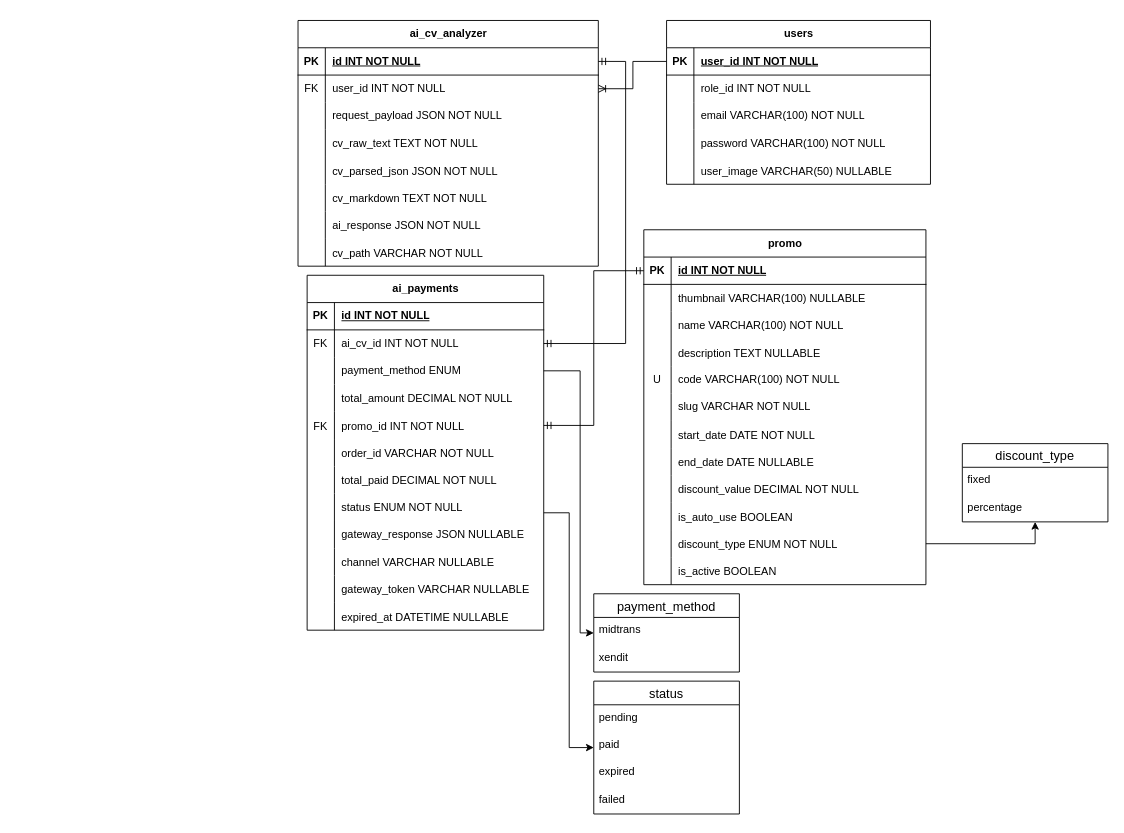
This is schema/schema.drawio from muhammadoby/bikincv-ai, a draw.io file, before an edit. Source tidied: cells renumbered, new cells numbered last; positions are measured from the earlier drawing's top-left corner, leaving out a move shared by most shapes. Both pictures are drawn from the tidied source at 91%, with x=0, y=0 at pixel (298, 20).
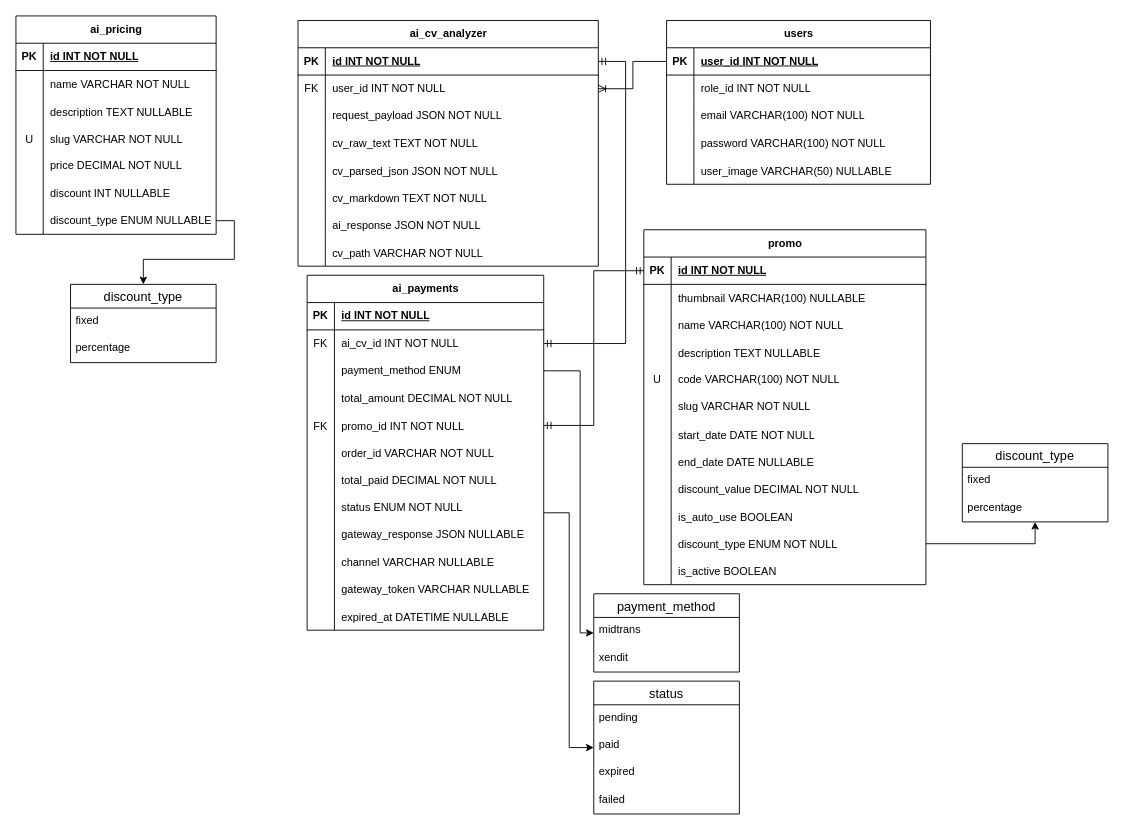
The same page after the edit.

What changed in the source:
```diff
@@
+    <mxCell id="134" value="ai_pricing" style="shape=table;startSize=30;childLayout=tableLayout;rowLines=0;fontStyle=1;align=center;html=1;" parent="1" vertex="1">
+      <mxGeometry x="-310" y="-5" width="220" height="240" as="geometry" />
+    </mxCell>
+    <mxCell id="135" style="shape=tableRow;horizontal=0;startSize=0;swimlaneHead=0;swimlaneBody=0;fillColor=none;top=0;left=0;right=0;bottom=1;" parent="134" vertex="1">
+      <mxGeometry y="30" width="220" height="30" as="geometry" />
+    </mxCell>
+    <mxCell id="136" value="PK" style="shape=partialRectangle;fillColor=none;top=0;left=0;bottom=0;right=0;fontStyle=1;overflow=hidden;whiteSpace=wrap;html=1;" parent="135" vertex="1">
+      <mxGeometry width="30" height="30" as="geometry" />
+    </mxCell>
+    <mxCell id="137" value="id INT NOT NULL" style="shape=partialRectangle;fillColor=none;top=0;left=0;bottom=0;right=0;align=left;spacingLeft=6;fontStyle=5;overflow=hidden;whiteSpace=wrap;html=1;" parent="135" vertex="1">
+      <mxGeometry x="30" width="190" height="30" as="geometry" />
+    </mxCell>
+    <mxCell id="138" style="shape=tableRow;horizontal=0;startSize=0;swimlaneHead=0;swimlaneBody=0;fillColor=none;top=0;left=0;right=0;bottom=0;" parent="134" vertex="1">
+      <mxGeometry y="60" width="220" height="30" as="geometry" />
+    </mxCell>
+    <mxCell id="139" style="shape=partialRectangle;fillColor=none;top=0;left=0;bottom=0;right=0;overflow=hidden;" parent="138" vertex="1">
+      <mxGeometry width="30" height="30" as="geometry" />
+    </mxCell>
+    <mxCell id="140" value="name VARCHAR NOT NULL" style="shape=partialRectangle;fillColor=none;top=0;left=0;bottom=0;right=0;align=left;spacingLeft=6;overflow=hidden;" parent="138" vertex="1">
+      <mxGeometry x="30" width="190" height="30" as="geometry" />
+    </mxCell>
+    <mxCell id="141" style="shape=tableRow;horizontal=0;startSize=0;swimlaneHead=0;swimlaneBody=0;fillColor=none;top=0;left=0;right=0;bottom=0;" parent="134" vertex="1">
+      <mxGeometry y="90" width="220" height="30" as="geometry" />
+    </mxCell>
+    <mxCell id="142" style="shape=partialRectangle;fillColor=none;top=0;left=0;bottom=0;right=0;overflow=hidden;" parent="141" vertex="1">
+      <mxGeometry width="30" height="30" as="geometry" />
+    </mxCell>
+    <mxCell id="143" value="description TEXT NULLABLE" style="shape=partialRectangle;fillColor=none;top=0;left=0;bottom=0;right=0;align=left;spacingLeft=6;overflow=hidden;" parent="141" vertex="1">
+      <mxGeometry x="30" width="190" height="30" as="geometry" />
+    </mxCell>
+    <mxCell id="144" style="shape=tableRow;horizontal=0;startSize=0;swimlaneHead=0;swimlaneBody=0;fillColor=none;top=0;left=0;right=0;bottom=0;" parent="134" vertex="1">
+      <mxGeometry y="120" width="220" height="30" as="geometry" />
+    </mxCell>
+    <mxCell id="145" value="U" style="shape=partialRectangle;fillColor=none;top=0;left=0;bottom=0;right=0;overflow=hidden;" parent="144" vertex="1">
+      <mxGeometry width="30" height="30" as="geometry" />
+    </mxCell>
+    <mxCell id="146" value="slug VARCHAR NOT NULL" style="shape=partialRectangle;fillColor=none;top=0;left=0;bottom=0;right=0;align=left;spacingLeft=6;overflow=hidden;" parent="144" vertex="1">
+      <mxGeometry x="30" width="190" height="30" as="geometry" />
+    </mxCell>
+    <mxCell id="147" style="shape=tableRow;horizontal=0;startSize=0;swimlaneHead=0;swimlaneBody=0;fillColor=none;top=0;left=0;right=0;bottom=0;" parent="134" vertex="1">
+      <mxGeometry y="150" width="220" height="30" as="geometry" />
+    </mxCell>
+    <mxCell id="148" style="shape=partialRectangle;fillColor=none;top=0;left=0;bottom=0;right=0;overflow=hidden;whiteSpace=wrap;html=1;" parent="147" vertex="1">
+      <mxGeometry width="30" height="30" as="geometry" />
+    </mxCell>
+    <mxCell id="149" value="price DECIMAL NOT NULL" style="shape=partialRectangle;fillColor=none;top=0;left=0;bottom=0;right=0;align=left;spacingLeft=6;overflow=hidden;whiteSpace=wrap;html=1;" parent="147" vertex="1">
+      <mxGeometry x="30" width="190" height="30" as="geometry" />
+    </mxCell>
+    <mxCell id="150" style="shape=tableRow;horizontal=0;startSize=0;swimlaneHead=0;swimlaneBody=0;fillColor=none;top=0;left=0;right=0;bottom=0;" parent="134" vertex="1">
+      <mxGeometry y="180" width="220" height="30" as="geometry" />
+    </mxCell>
+    <mxCell id="151" style="shape=partialRectangle;fillColor=none;top=0;left=0;bottom=0;right=0;overflow=hidden;whiteSpace=wrap;html=1;" parent="150" vertex="1">
+      <mxGeometry width="30" height="30" as="geometry" />
+    </mxCell>
+    <mxCell id="152" value="discount INT NULLABLE" style="shape=partialRectangle;fillColor=none;top=0;left=0;bottom=0;right=0;align=left;spacingLeft=6;overflow=hidden;whiteSpace=wrap;html=1;" parent="150" vertex="1">
+      <mxGeometry x="30" width="190" height="30" as="geometry" />
+    </mxCell>
+    <mxCell id="153" style="shape=tableRow;horizontal=0;startSize=0;swimlaneHead=0;swimlaneBody=0;fillColor=none;points=[[0,0.5],[1,0.5]];portConstraint=eastwest;top=0;left=0;right=0;bottom=0;" parent="134" vertex="1">
+      <mxGeometry y="210" width="220" height="30" as="geometry" />
+    </mxCell>
+    <mxCell id="154" style="shape=partialRectangle;fillColor=none;top=0;left=0;bottom=0;right=0;overflow=hidden;whiteSpace=wrap;html=1;" parent="153" vertex="1">
+      <mxGeometry width="30" height="30" as="geometry" />
+    </mxCell>
+    <mxCell id="155" value="discount_type ENUM NULLABLE" style="shape=partialRectangle;fillColor=none;top=0;left=0;bottom=0;right=0;align=left;spacingLeft=6;overflow=hidden;whiteSpace=wrap;html=1;" parent="153" vertex="1">
+      <mxGeometry x="30" width="190" height="30" as="geometry" />
+    </mxCell>
+    <mxCell id="156" value="discount_type" style="swimlane;fontStyle=0;horizontal=1;startSize=26;align=center;fontSize=14;" parent="1" vertex="1">
+      <mxGeometry x="-250" y="290" width="160" height="86" as="geometry" />
+    </mxCell>
+    <mxCell id="157" value="fixed" style="text;strokeColor=none;fillColor=none;spacingLeft=4;spacingRight=4;overflow=hidden;fontSize=12;whiteSpace=wrap;html=1;" parent="156" vertex="1">
+      <mxGeometry y="26" width="160" height="30" as="geometry" />
+    </mxCell>
+    <mxCell id="158" value="percentage" style="text;strokeColor=none;fillColor=none;spacingLeft=4;spacingRight=4;overflow=hidden;fontSize=12;whiteSpace=wrap;html=1;" parent="156" vertex="1">
+      <mxGeometry y="56" width="160" height="30" as="geometry" />
+    </mxCell>
+    <mxCell id="159" style="edgeStyle=orthogonalEdgeStyle;rounded=0;jettySize=auto;html=1;" parent="1" edge="1" source="153" target="156">
+      <mxGeometry relative="1" as="geometry" />
+    </mxCell>
```
